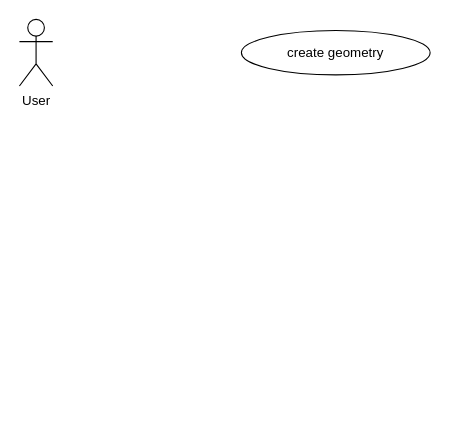
Above: UseCaseDiagram.drawio in ZJ605/AllInOneDesign (draw.io), before the change. Source tidied: cells renumbered, new cells numbered last; positions are measured from the earlier drawing's top-left corner, leaving out a move shared by most shapes. Both pictures are drawn from the tidied source at 111%, with x=0, y=0 at pixel (19, 19).
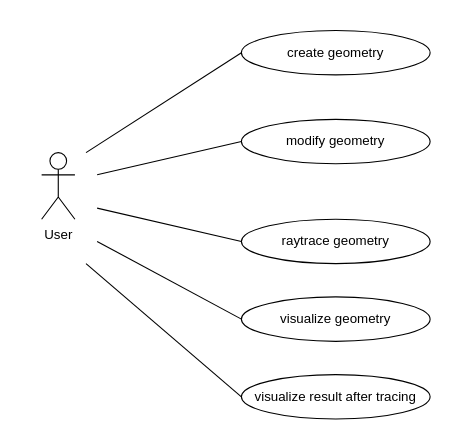
After the change.

Diff of the diagram source:
```diff
@@
 <mxGraphModel>
   <root>
     <mxCell id="0" />
     <mxCell id="1" parent="0" />
     <mxCell id="2" value="create geometry" style="ellipse;whiteSpace=wrap;html=1;" parent="1" vertex="1">
       <mxGeometry x="200" y="10" width="170" height="40" as="geometry" />
     </mxCell>
     <mxCell id="3" value="User" style="shape=umlActor;verticalLabelPosition=bottom;verticalAlign=top;html=1;" parent="1" vertex="1">
-      <mxGeometry width="30" height="60" as="geometry" />
+      <mxGeometry x="20" y="120" width="30" height="60" as="geometry" />
     </mxCell>
+    <mxCell id="4" value="modify geometry" style="ellipse;whiteSpace=wrap;html=1;" parent="1" vertex="1">
+      <mxGeometry x="200" y="90" width="170" height="40" as="geometry" />
+    </mxCell>
+    <mxCell id="5" value="raytrace geometry" style="ellipse;whiteSpace=wrap;html=1;" parent="1" vertex="1">
+      <mxGeometry x="200" y="180" width="170" height="40" as="geometry" />
+    </mxCell>
+    <mxCell id="6" value="&lt;div&gt;visualize geometry&lt;/div&gt;" style="ellipse;whiteSpace=wrap;html=1;" parent="1" vertex="1">
+      <mxGeometry x="200" y="250" width="170" height="40" as="geometry" />
+    </mxCell>
+    <mxCell id="7" value="visualize result after tracing" style="ellipse;whiteSpace=wrap;html=1;" parent="1" vertex="1">
+      <mxGeometry x="200" y="320" width="170" height="40" as="geometry" />
+    </mxCell>
+    <mxCell id="8" style="endArrow=none;html=1;entryX=0;entryY=0.5;entryDx=0;entryDy=0;" parent="1" edge="1" target="2">
+      <mxGeometry relative="1" as="geometry">
+        <mxPoint x="60" y="120" as="sourcePoint" />
+      </mxGeometry>
+    </mxCell>
+    <mxCell id="9" style="endArrow=none;html=1;entryX=0;entryY=0.5;entryDx=0;entryDy=0;" parent="1" edge="1">
+      <mxGeometry relative="1" as="geometry">
+        <mxPoint x="70" y="140" as="sourcePoint" />
+        <mxPoint x="200" y="110" as="targetPoint" />
+      </mxGeometry>
+    </mxCell>
+    <mxCell id="10" style="endArrow=none;html=1;entryX=0;entryY=0.5;entryDx=0;entryDy=0;" parent="1" edge="1">
+      <mxGeometry relative="1" as="geometry">
+        <mxPoint x="70" y="170" as="sourcePoint" />
+        <mxPoint x="200" y="200" as="targetPoint" />
+      </mxGeometry>
+    </mxCell>
+    <mxCell id="11" style="endArrow=none;html=1;entryX=0;entryY=0.5;entryDx=0;entryDy=0;" parent="1" edge="1">
+      <mxGeometry relative="1" as="geometry">
+        <mxPoint x="70" y="200" as="sourcePoint" />
+        <mxPoint x="200" y="270" as="targetPoint" />
+      </mxGeometry>
+    </mxCell>
+    <mxCell id="12" style="endArrow=none;html=1;entryX=0;entryY=0.5;entryDx=0;entryDy=0;" parent="1" edge="1">
+      <mxGeometry relative="1" as="geometry">
+        <mxPoint x="60" y="220" as="sourcePoint" />
+        <mxPoint x="200" y="340" as="targetPoint" />
+      </mxGeometry>
+    </mxCell>
   </root>
 </mxGraphModel>
```
